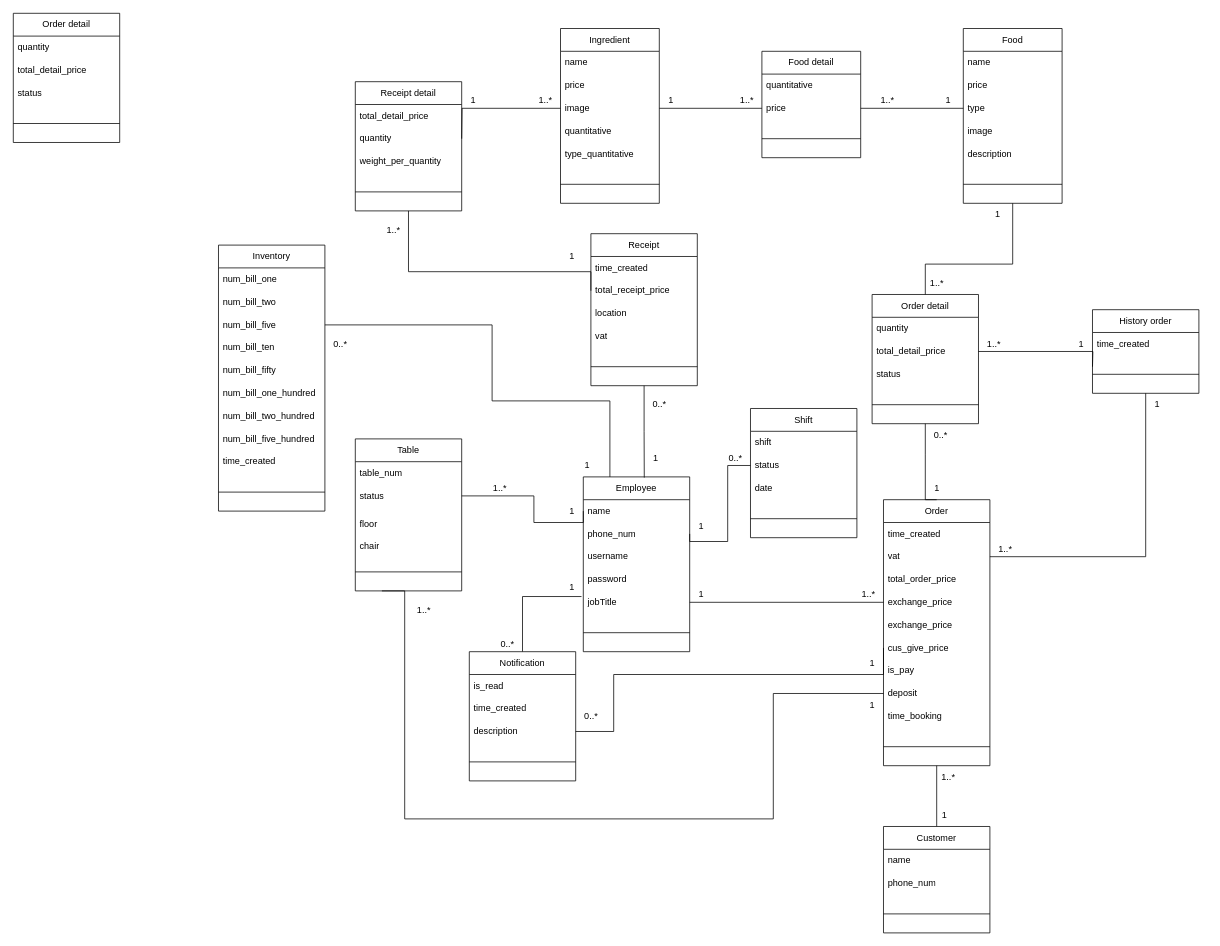
Above: class-diagram.drawio in MaiNhatHoangY2001/HLFood (draw.io), before the change. Source tidied: cells renumbered, new cells numbered last; positions are measured from the earlier drawing's top-left corner, leaving out a move shared by most shapes. Both pictures are drawn from the tidied source at 76%, with x=0, y=0 at pixel (13, 13).
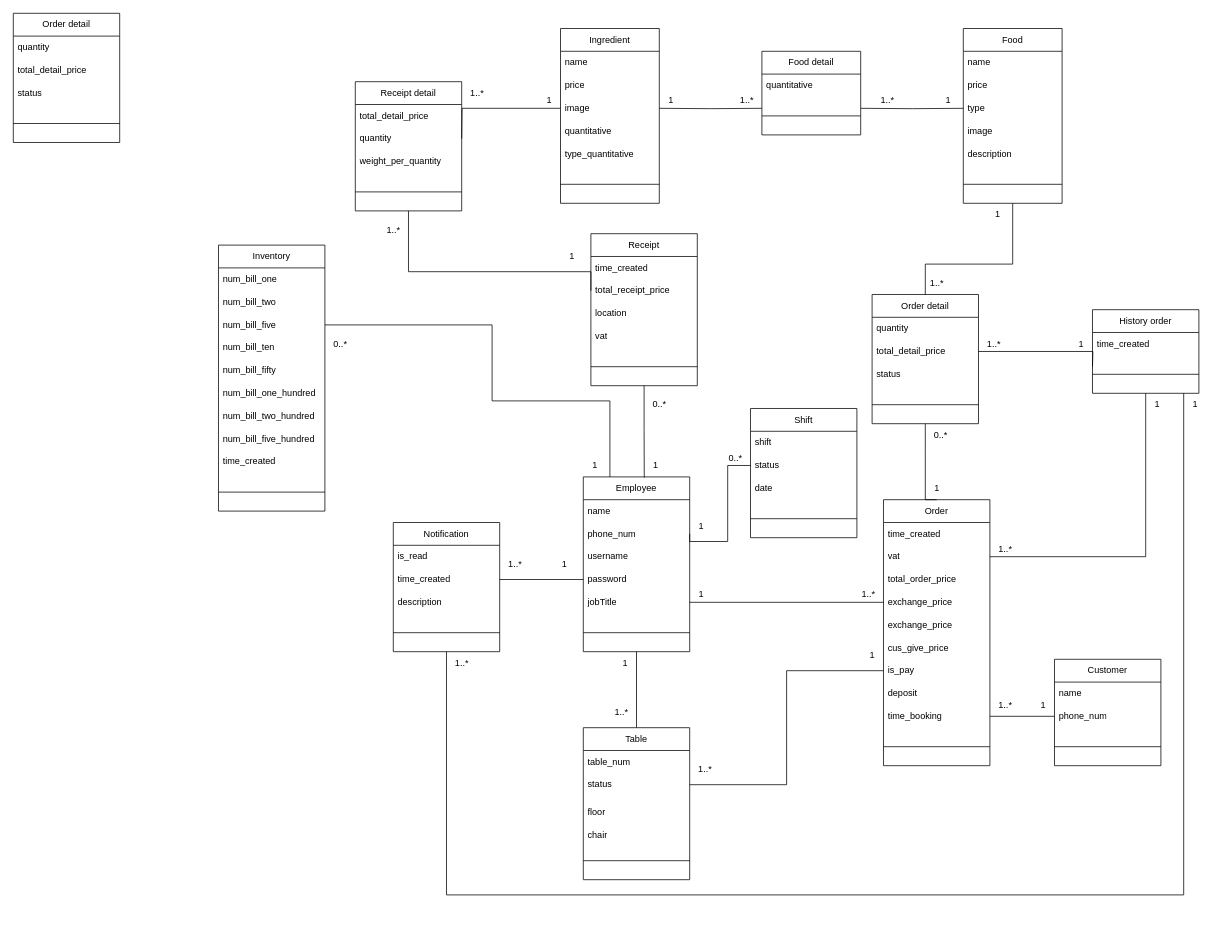
The same page after the edit.

Commit message:
Cập nhật class-diagram.drawio

Unchanged cells that the change refers to:
```xml
<mxCell id="2" value="Employee" style="swimlane;fontStyle=0;horizontal=1;startSize=30;whiteSpace=wrap;html=1;" parent="1" vertex="1">
  <mxGeometry x="750" y="610" width="140" height="230" as="geometry" />
</mxCell>
<mxCell id="3" value="name" style="text;strokeColor=none;fillColor=none;align=left;verticalAlign=middle;spacingLeft=4;spacingRight=4;overflow=hidden;points=[[0,0.5],[1,0.5]];portConstraint=eastwest;whiteSpace=wrap;html=1;" parent="2" vertex="1">
  <mxGeometry y="30" width="140" height="30" as="geometry" />
</mxCell>
<mxCell id="6" value="password" style="text;strokeColor=none;fillColor=none;align=left;verticalAlign=middle;spacingLeft=4;spacingRight=4;overflow=hidden;points=[[0,0.5],[1,0.5]];portConstraint=eastwest;whiteSpace=wrap;html=1;" parent="2" vertex="1">
  <mxGeometry y="120" width="140" height="30" as="geometry" />
</mxCell>
<mxCell id="7" value="jobTitle" style="text;strokeColor=none;fillColor=none;align=left;verticalAlign=middle;spacingLeft=4;spacingRight=4;overflow=hidden;points=[[0,0.5],[1,0.5]];portConstraint=eastwest;whiteSpace=wrap;html=1;" parent="2" vertex="1">
  <mxGeometry y="150" width="140" height="30" as="geometry" />
</mxCell>
<mxCell id="12" value="type" style="text;strokeColor=none;fillColor=none;align=left;verticalAlign=middle;spacingLeft=4;spacingRight=4;overflow=hidden;points=[[0,0.5],[1,0.5]];portConstraint=eastwest;whiteSpace=wrap;html=1;" parent="9" vertex="1">
  <mxGeometry y="90" width="130" height="30" as="geometry" />
</mxCell>
<mxCell id="16" value="Order" style="swimlane;fontStyle=0;horizontal=1;startSize=30;whiteSpace=wrap;html=1;" parent="1" vertex="1">
  <mxGeometry x="1145" y="640" width="140" height="350" as="geometry" />
</mxCell>
<mxCell id="22" value="cus_give_price" style="text;strokeColor=none;fillColor=none;align=left;verticalAlign=middle;spacingLeft=4;spacingRight=4;overflow=hidden;points=[[0,0.5],[1,0.5]];portConstraint=eastwest;whiteSpace=wrap;html=1;" parent="16" vertex="1">
  <mxGeometry y="180" width="140" height="30" as="geometry" />
</mxCell>
<mxCell id="23" value="is_pay&lt;br&gt;" style="text;strokeColor=none;fillColor=none;align=left;verticalAlign=middle;spacingLeft=4;spacingRight=4;overflow=hidden;points=[[0,0.5],[1,0.5]];portConstraint=eastwest;whiteSpace=wrap;html=1;" parent="16" vertex="1">
  <mxGeometry y="210" width="140" height="30" as="geometry" />
</mxCell>
<mxCell id="24" value="deposit" style="text;strokeColor=none;fillColor=none;align=left;verticalAlign=middle;spacingLeft=4;spacingRight=4;overflow=hidden;points=[[0,0.5],[1,0.5]];portConstraint=eastwest;whiteSpace=wrap;html=1;" parent="16" vertex="1">
  <mxGeometry y="240" width="140" height="30" as="geometry" />
</mxCell>
<mxCell id="25" value="time_booking" style="text;strokeColor=none;fillColor=none;align=left;verticalAlign=middle;spacingLeft=4;spacingRight=4;overflow=hidden;points=[[0,0.5],[1,0.5]];portConstraint=eastwest;whiteSpace=wrap;html=1;" parent="16" vertex="1">
  <mxGeometry y="270" width="140" height="30" as="geometry" />
</mxCell>
<mxCell id="37" value="phone_num" style="text;strokeColor=none;fillColor=none;align=left;verticalAlign=middle;spacingLeft=4;spacingRight=4;overflow=hidden;points=[[0,0.5],[1,0.5]];portConstraint=eastwest;whiteSpace=wrap;html=1;" parent="35" vertex="1">
  <mxGeometry y="60" width="140" height="30" as="geometry" />
</mxCell>
<mxCell id="53" value="status" style="text;strokeColor=none;fillColor=none;align=left;verticalAlign=middle;spacingLeft=4;spacingRight=4;overflow=hidden;points=[[0,0.5],[1,0.5]];portConstraint=eastwest;whiteSpace=wrap;html=1;" parent="51" vertex="1">
  <mxGeometry y="60" width="140" height="30" as="geometry" />
</mxCell>
<mxCell id="78" value="image" style="text;strokeColor=none;fillColor=none;align=left;verticalAlign=middle;spacingLeft=4;spacingRight=4;overflow=hidden;points=[[0,0.5],[1,0.5]];portConstraint=eastwest;whiteSpace=wrap;html=1;" parent="75" vertex="1">
  <mxGeometry y="90" width="130" height="30" as="geometry" />
</mxCell>
<mxCell id="127" value="time_created" style="text;strokeColor=none;fillColor=none;align=left;verticalAlign=middle;spacingLeft=4;spacingRight=4;overflow=hidden;points=[[0,0.5],[1,0.5]];portConstraint=eastwest;whiteSpace=wrap;html=1;" parent="125" vertex="1">
  <mxGeometry y="60" width="140" height="30" as="geometry" />
</mxCell>
```

The edit, as a diff of the source:
```diff
@@
-    <mxCell id="34" style="edgeStyle=orthogonalEdgeStyle;rounded=0;jettySize=auto;html=1;exitX=0.5;exitY=0;exitDx=0;exitDy=0;entryX=0.5;entryY=1;entryDx=0;entryDy=0;endArrow=none;endFill=0;" parent="1" edge="1" source="35" target="16">
-      <mxGeometry relative="1" as="geometry" />
-    </mxCell>
     <mxCell id="35" value="Customer" style="swimlane;fontStyle=0;horizontal=1;startSize=30;whiteSpace=wrap;html=1;" parent="1" vertex="1">
-      <mxGeometry x="1145" y="1070" width="140" height="140" as="geometry" />
+      <mxGeometry x="1370" y="850" width="140" height="140" as="geometry" />
     </mxCell>
@@
-    <mxCell id="43" value="1" style="text;html=1;align=center;verticalAlign=middle;strokeColor=none;fillColor=none;" parent="1" vertex="1">
-      <mxGeometry x="1115" y="895" width="30" height="30" as="geometry" />
-    </mxCell>
     <mxCell id="44" value="1" style="text;html=1;align=center;verticalAlign=middle;strokeColor=none;fillColor=none;" parent="1" vertex="1">
-      <mxGeometry x="1210" y="1040" width="30" height="30" as="geometry" />
+      <mxGeometry x="1340" y="895" width="30" height="30" as="geometry" />
     </mxCell>
     <mxCell id="45" value="1..*" style="text;html=1;align=center;verticalAlign=middle;strokeColor=none;fillColor=none;" parent="1" vertex="1">
-      <mxGeometry x="1210" y="990" width="40" height="30" as="geometry" />
+      <mxGeometry x="1285" y="895" width="40" height="30" as="geometry" />
     </mxCell>
@@
     <mxCell id="48" value="1" style="text;html=1;align=center;verticalAlign=middle;strokeColor=none;fillColor=none;" parent="1" vertex="1">
-      <mxGeometry x="720" y="640" width="30" height="30" as="geometry" />
+      <mxGeometry x="790" y="840" width="30" height="30" as="geometry" />
     </mxCell>
     <mxCell id="49" value="1..*" style="text;html=1;align=center;verticalAlign=middle;strokeColor=none;fillColor=none;" parent="1" vertex="1">
-      <mxGeometry x="620" y="610" width="40" height="30" as="geometry" />
+      <mxGeometry x="890" y="980" width="40" height="30" as="geometry" />
     </mxCell>
-    <mxCell id="50" style="edgeStyle=orthogonalEdgeStyle;rounded=0;jettySize=auto;html=1;exitX=0.25;exitY=1;exitDx=0;exitDy=0;endArrow=none;endFill=0;entryX=0;entryY=0.5;entryDx=0;entryDy=0;" parent="1" edge="1" source="51" target="24">
-      <mxGeometry relative="1" as="geometry">
-        <Array as="points">
-          <mxPoint x="515" y="760" />
-          <mxPoint x="515" y="1060" />
-          <mxPoint x="1000" y="1060" />
-          <mxPoint x="1000" y="895" />
-        </Array>
-      </mxGeometry>
-    </mxCell>
+    <mxCell id="144" style="edgeStyle=orthogonalEdgeStyle;rounded=0;jettySize=auto;html=1;exitX=0.5;exitY=0;exitDx=0;exitDy=0;entryX=0.5;entryY=1;entryDx=0;entryDy=0;endArrow=none;endFill=0;" parent="1" edge="1" source="51" target="2">
+      <mxGeometry relative="1" as="geometry" />
+    </mxCell>
     <mxCell id="51" value="Table" style="swimlane;fontStyle=0;horizontal=1;startSize=30;whiteSpace=wrap;html=1;" parent="1" vertex="1">
-      <mxGeometry x="450" y="560" width="140" height="200" as="geometry" />
+      <mxGeometry x="750" y="940" width="140" height="200" as="geometry" />
     </mxCell>
@@
     <mxCell id="57" value="1..*" style="text;html=1;align=center;verticalAlign=middle;strokeColor=none;fillColor=none;" parent="1" vertex="1">
-      <mxGeometry x="520" y="770" width="40" height="30" as="geometry" />
+      <mxGeometry x="780" y="905" width="40" height="30" as="geometry" />
     </mxCell>
@@
-    <mxCell id="67" style="edgeStyle=orthogonalEdgeStyle;rounded=0;jettySize=auto;html=1;exitX=0;exitY=0.5;exitDx=0;exitDy=0;entryX=1;entryY=0.5;entryDx=0;entryDy=0;endArrow=none;endFill=0;" parent="1" edge="1" source="3" target="53">
-      <mxGeometry relative="1" as="geometry">
-        <Array as="points">
-          <mxPoint x="750" y="670" />
-          <mxPoint x="685" y="670" />
-          <mxPoint x="685" y="635" />
-        </Array>
-      </mxGeometry>
-    </mxCell>
@@
     <mxCell id="96" value="1" style="text;html=1;align=center;verticalAlign=middle;strokeColor=none;fillColor=none;" parent="1" vertex="1">
-      <mxGeometry x="590" y="100" width="30" height="30" as="geometry" />
+      <mxGeometry x="690" y="100" width="30" height="30" as="geometry" />
     </mxCell>
     <mxCell id="97" value="1..*" style="text;html=1;align=center;verticalAlign=middle;strokeColor=none;fillColor=none;" parent="1" vertex="1">
-      <mxGeometry x="680" y="100" width="40" height="30" as="geometry" />
+      <mxGeometry x="590" y="90" width="40" height="30" as="geometry" />
     </mxCell>
@@
     <mxCell id="100" value="1" style="text;html=1;align=center;verticalAlign=middle;strokeColor=none;fillColor=none;" parent="1" vertex="1">
-      <mxGeometry x="830" y="570" width="30" height="30" as="geometry" />
+      <mxGeometry x="830" y="580" width="30" height="30" as="geometry" />
     </mxCell>
@@
     <mxCell id="122" value="1" style="text;html=1;align=center;verticalAlign=middle;strokeColor=none;fillColor=none;" parent="1" vertex="1">
-      <mxGeometry x="740" y="580" width="30" height="30" as="geometry" />
+      <mxGeometry x="1115" y="830" width="30" height="30" as="geometry" />
     </mxCell>
@@
-    <mxCell id="124" style="edgeStyle=orthogonalEdgeStyle;rounded=0;jettySize=auto;html=1;exitX=0.5;exitY=0;exitDx=0;exitDy=0;entryX=-0.017;entryY=0.247;entryDx=0;entryDy=0;entryPerimeter=0;endArrow=none;endFill=0;" parent="1" edge="1" source="125" target="7">
-      <mxGeometry relative="1" as="geometry" />
-    </mxCell>
+    <mxCell id="145" style="edgeStyle=orthogonalEdgeStyle;rounded=0;jettySize=auto;html=1;exitX=0.5;exitY=1;exitDx=0;exitDy=0;endArrow=none;endFill=0;" parent="1" edge="1" source="125">
+      <mxGeometry relative="1" as="geometry">
+        <mxPoint x="1540" y="500" as="targetPoint" />
+        <Array as="points">
+          <mxPoint x="570" y="1160" />
+          <mxPoint x="1540" y="1160" />
+        </Array>
+      </mxGeometry>
+    </mxCell>
     <mxCell id="125" value="Notification" style="swimlane;fontStyle=0;horizontal=1;startSize=30;whiteSpace=wrap;html=1;" parent="1" vertex="1">
-      <mxGeometry x="600" y="840" width="140" height="170" as="geometry" />
+      <mxGeometry x="500" y="670" width="140" height="170" as="geometry" />
     </mxCell>
@@
-    <mxCell id="130" style="edgeStyle=orthogonalEdgeStyle;rounded=0;jettySize=auto;html=1;exitX=1;exitY=0.5;exitDx=0;exitDy=0;entryX=0;entryY=0.5;entryDx=0;entryDy=0;endArrow=none;endFill=0;" parent="1" edge="1" target="22">
-      <mxGeometry relative="1" as="geometry">
-        <mxPoint x="740" y="945" as="sourcePoint" />
-        <Array as="points">
-          <mxPoint x="790" y="945" />
-          <mxPoint x="790" y="870" />
-          <mxPoint x="1145" y="870" />
-        </Array>
-      </mxGeometry>
-    </mxCell>
-    <mxCell id="131" value="1" style="text;html=1;align=center;verticalAlign=middle;strokeColor=none;fillColor=none;" parent="1" vertex="1">
-      <mxGeometry x="720" y="740" width="30" height="30" as="geometry" />
-    </mxCell>
-    <mxCell id="132" value="0..*" style="text;html=1;align=center;verticalAlign=middle;strokeColor=none;fillColor=none;" parent="1" vertex="1">
-      <mxGeometry x="630" y="815" width="40" height="30" as="geometry" />
-    </mxCell>
-    <mxCell id="133" value="1" style="text;html=1;align=center;verticalAlign=middle;strokeColor=none;fillColor=none;" parent="1" vertex="1">
-      <mxGeometry x="1115" y="840" width="30" height="30" as="geometry" />
-    </mxCell>
-    <mxCell id="134" value="0..*" style="text;html=1;align=center;verticalAlign=middle;strokeColor=none;fillColor=none;" parent="1" vertex="1">
-      <mxGeometry x="740" y="910" width="40" height="30" as="geometry" />
-    </mxCell>
@@
     <mxCell id="136" value="Food detail" style="swimlane;fontStyle=0;horizontal=1;startSize=30;whiteSpace=wrap;html=1;" parent="1" vertex="1">
-      <mxGeometry x="985" y="50" width="130" height="140" as="geometry" />
+      <mxGeometry x="985" y="50" width="130" height="110" as="geometry" />
     </mxCell>
@@
-    <mxCell id="138" value="price" style="text;strokeColor=none;fillColor=none;align=left;verticalAlign=middle;spacingLeft=4;spacingRight=4;overflow=hidden;points=[[0,0.5],[1,0.5]];portConstraint=eastwest;whiteSpace=wrap;html=1;" parent="136" vertex="1">
-      <mxGeometry y="60" width="130" height="30" as="geometry" />
-    </mxCell>
     <mxCell id="139" style="line;html=1;strokeWidth=1;align=left;verticalAlign=middle;spacingTop=-1;spacingLeft=3;spacingRight=3;labelPosition=right;" parent="136" vertex="1">
-      <mxGeometry y="90" width="130" height="50" as="geometry" />
+      <mxGeometry y="60" width="130" height="50" as="geometry" />
     </mxCell>
-    <mxCell id="140" style="edgeStyle=orthogonalEdgeStyle;rounded=0;jettySize=auto;html=1;exitX=0;exitY=0.5;exitDx=0;exitDy=0;entryX=1;entryY=0.5;entryDx=0;entryDy=0;endArrow=none;endFill=0;" parent="1" edge="1" source="138" target="78">
-      <mxGeometry relative="1" as="geometry" />
+    <mxCell id="140" style="edgeStyle=orthogonalEdgeStyle;rounded=0;jettySize=auto;html=1;exitX=0;exitY=0.5;exitDx=0;exitDy=0;entryX=1;entryY=0.5;entryDx=0;entryDy=0;endArrow=none;endFill=0;" parent="1" edge="1" target="78">
+      <mxGeometry relative="1" as="geometry">
+        <mxPoint x="985" y="125" as="sourcePoint" />
+      </mxGeometry>
     </mxCell>
-    <mxCell id="141" style="edgeStyle=orthogonalEdgeStyle;rounded=0;jettySize=auto;html=1;exitX=1;exitY=0.5;exitDx=0;exitDy=0;entryX=0;entryY=0.5;entryDx=0;entryDy=0;endArrow=none;endFill=0;" parent="1" edge="1" source="138" target="12">
-      <mxGeometry relative="1" as="geometry" />
+    <mxCell id="141" style="edgeStyle=orthogonalEdgeStyle;rounded=0;jettySize=auto;html=1;exitX=1;exitY=0.5;exitDx=0;exitDy=0;entryX=0;entryY=0.5;entryDx=0;entryDy=0;endArrow=none;endFill=0;" parent="1" edge="1" target="12">
+      <mxGeometry relative="1" as="geometry">
+        <mxPoint x="1115" y="125" as="sourcePoint" />
+      </mxGeometry>
     </mxCell>
@@
+    <mxCell id="146" style="edgeStyle=orthogonalEdgeStyle;rounded=0;jettySize=auto;html=1;exitX=1;exitY=0.5;exitDx=0;exitDy=0;entryX=0;entryY=0.5;entryDx=0;entryDy=0;endArrow=none;endFill=0;" parent="1" edge="1" source="53" target="23">
+      <mxGeometry relative="1" as="geometry" />
+    </mxCell>
+    <mxCell id="147" style="edgeStyle=orthogonalEdgeStyle;rounded=0;jettySize=auto;html=1;exitX=1;exitY=0.5;exitDx=0;exitDy=0;entryX=0;entryY=0.5;entryDx=0;entryDy=0;endArrow=none;endFill=0;" parent="1" edge="1" source="25" target="37">
+      <mxGeometry relative="1" as="geometry" />
+    </mxCell>
+    <mxCell id="148" style="edgeStyle=orthogonalEdgeStyle;rounded=0;jettySize=auto;html=1;exitX=1;exitY=0.5;exitDx=0;exitDy=0;entryX=0;entryY=0.5;entryDx=0;entryDy=0;endArrow=none;endFill=0;" parent="1" edge="1" source="127" target="6">
+      <mxGeometry relative="1" as="geometry" />
+    </mxCell>
+    <mxCell id="149" value="1" style="text;html=1;align=center;verticalAlign=middle;strokeColor=none;fillColor=none;" parent="1" vertex="1">
+      <mxGeometry x="1540" y="500" width="30" height="30" as="geometry" />
+    </mxCell>
+    <mxCell id="150" value="1" style="text;html=1;align=center;verticalAlign=middle;strokeColor=none;fillColor=none;" parent="1" vertex="1">
+      <mxGeometry x="710" y="710" width="30" height="30" as="geometry" />
+    </mxCell>
+    <mxCell id="151" value="1..*" style="text;html=1;align=center;verticalAlign=middle;strokeColor=none;fillColor=none;" parent="1" vertex="1">
+      <mxGeometry x="640" y="710" width="40" height="30" as="geometry" />
+    </mxCell>
+    <mxCell id="152" value="1..*" style="text;html=1;align=center;verticalAlign=middle;strokeColor=none;fillColor=none;" parent="1" vertex="1">
+      <mxGeometry x="570" y="840" width="40" height="30" as="geometry" />
+    </mxCell>
+    <mxCell id="153" value="1" style="text;html=1;align=center;verticalAlign=middle;strokeColor=none;fillColor=none;" parent="1" vertex="1">
+      <mxGeometry x="750" y="580" width="30" height="30" as="geometry" />
+    </mxCell>
```
